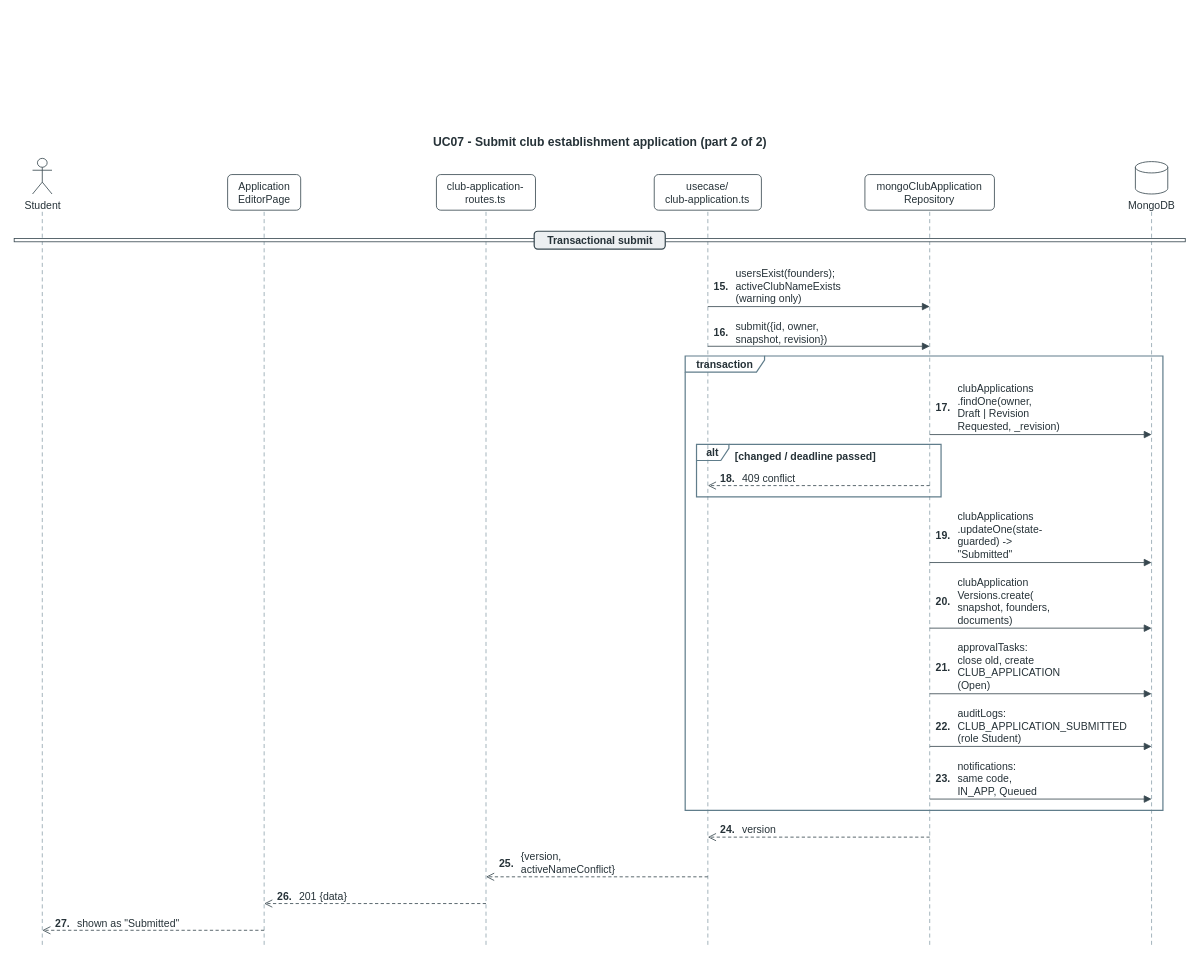
This is page "02 Submit club application (2/2)" (5 of 20) of docs/03-diagrams/UCMS_Sequence_Diagrams.drawio from nvdekay/ClubManagementSystem, a draw.io file, before an edit. Source tidied: cells renumbered, new cells numbered last; positions are measured from the earlier drawing's top-left corner, leaving out a move shared by most shapes. Both pictures are drawn from the tidied source at 81%, with x=0, y=0 at pixel (14, 130).
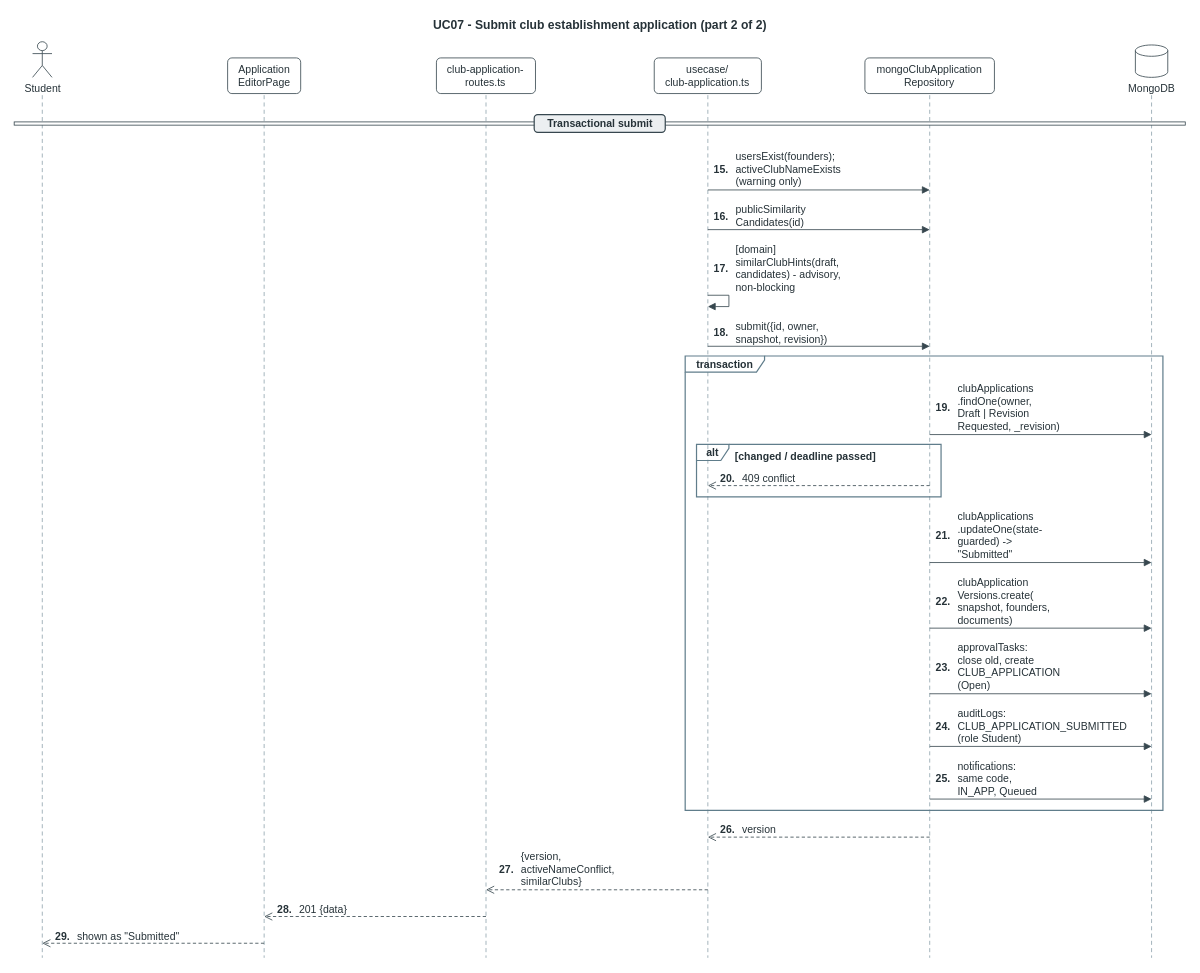
After the change.

Diff of the diagram source:
```diff
@@
     <mxCell id="2" value="UC07 - Submit club establishment application (part 2 of 2)" style="text;html=1;align=center;verticalAlign=top;spacing=0;whiteSpace=nowrap;fontFamily=Arial;fontSize=15;fontColor=#263238;fontStyle=1;" parent="1" vertex="1">
-      <mxGeometry width="1445.8" height="20" as="geometry" />
+      <mxGeometry y="-144" width="1445.8" height="20" as="geometry" />
     </mxCell>
     <mxCell id="3" style="html=1;endArrow=none;dashed=1;dashPattern=5 4;strokeColor=#90A4AE;strokeWidth=1;" parent="1" edge="1">
       <mxGeometry relative="1" as="geometry">
-        <mxPoint x="34.7" y="100" as="sourcePoint" />
-        <mxPoint x="34.7" y="1005" as="targetPoint" />
+        <mxPoint x="34.7" y="-44" as="sourcePoint" />
+        <mxPoint x="34.7" y="1021" as="targetPoint" />
       </mxGeometry>
     </mxCell>
     <mxCell id="4" style="html=1;endArrow=none;dashed=1;dashPattern=5 4;strokeColor=#90A4AE;strokeWidth=1;" parent="1" edge="1">
       <mxGeometry relative="1" as="geometry">
-        <mxPoint x="308.6" y="100" as="sourcePoint" />
-        <mxPoint x="308.6" y="1005" as="targetPoint" />
+        <mxPoint x="308.6" y="-44" as="sourcePoint" />
+        <mxPoint x="308.6" y="1021" as="targetPoint" />
       </mxGeometry>
     </mxCell>
     <mxCell id="5" style="html=1;endArrow=none;dashed=1;dashPattern=5 4;strokeColor=#90A4AE;strokeWidth=1;" parent="1" edge="1">
       <mxGeometry relative="1" as="geometry">
-        <mxPoint x="582.5" y="100" as="sourcePoint" />
-        <mxPoint x="582.5" y="1005" as="targetPoint" />
+        <mxPoint x="582.5" y="-44" as="sourcePoint" />
+        <mxPoint x="582.5" y="1021" as="targetPoint" />
       </mxGeometry>
     </mxCell>
     <mxCell id="6" style="html=1;endArrow=none;dashed=1;dashPattern=5 4;strokeColor=#90A4AE;strokeWidth=1;" parent="1" edge="1">
       <mxGeometry relative="1" as="geometry">
-        <mxPoint x="856.4" y="100" as="sourcePoint" />
-        <mxPoint x="856.4" y="1005" as="targetPoint" />
+        <mxPoint x="856.4" y="-44" as="sourcePoint" />
+        <mxPoint x="856.4" y="1021" as="targetPoint" />
       </mxGeometry>
     </mxCell>
     <mxCell id="7" style="html=1;endArrow=none;dashed=1;dashPattern=5 4;strokeColor=#90A4AE;strokeWidth=1;" parent="1" edge="1">
       <mxGeometry relative="1" as="geometry">
-        <mxPoint x="1130.3" y="100" as="sourcePoint" />
-        <mxPoint x="1130.3" y="1005" as="targetPoint" />
+        <mxPoint x="1130.3" y="-44" as="sourcePoint" />
+        <mxPoint x="1130.3" y="1021" as="targetPoint" />
       </mxGeometry>
     </mxCell>
     <mxCell id="8" style="html=1;endArrow=none;dashed=1;dashPattern=5 4;strokeColor=#90A4AE;strokeWidth=1;" parent="1" edge="1">
       <mxGeometry relative="1" as="geometry">
-        <mxPoint x="1404.2" y="100" as="sourcePoint" />
-        <mxPoint x="1404.2" y="1005" as="targetPoint" />
+        <mxPoint x="1404.2" y="-44" as="sourcePoint" />
+        <mxPoint x="1404.2" y="1021" as="targetPoint" />
       </mxGeometry>
     </mxCell>
     <mxCell id="9" style="rounded=0;html=1;fillColor=#FFFFFF;strokeColor=#37474F;strokeWidth=1;" parent="1" vertex="1">
-      <mxGeometry y="133" width="1445.8" height="4" as="geometry" />
+      <mxGeometry y="-11" width="1445.8" height="4" as="geometry" />
     </mxCell>
     <mxCell id="10" value="Transactional submit" style="rounded=1;arcSize=20;html=1;whiteSpace=nowrap;fillColor=#ECEFF1;strokeColor=#37474F;strokeWidth=1.5;fontFamily=Arial;fontSize=13;fontStyle=1;fontColor=#263238;" parent="1" vertex="1">
-      <mxGeometry x="642" y="124" width="161.8" height="22" as="geometry" />
+      <mxGeometry x="642" y="-20" width="161.8" height="22" as="geometry" />
     </mxCell>
@@
     <mxCell id="14" value="Student" style="shape=umlActor;verticalLabelPosition=bottom;verticalAlign=top;html=1;fillColor=#FFFFFF;strokeColor=#37474F;fontFamily=Arial;fontSize=13;fontColor=#263238;spacingTop=0;" parent="1" vertex="1">
-      <mxGeometry x="22.7" y="34" width="24" height="44" as="geometry" />
+      <mxGeometry x="22.7" y="-110" width="24" height="44" as="geometry" />
     </mxCell>
     <mxCell id="15" value="Application&lt;br&gt;EditorPage" style="rounded=1;arcSize=12;whiteSpace=wrap;html=1;fillColor=#FFFFFF;strokeColor=#37474F;fontFamily=Arial;fontSize=13;fontColor=#263238;" parent="1" vertex="1">
-      <mxGeometry x="263.5" y="54" width="90.2" height="44" as="geometry" />
+      <mxGeometry x="263.5" y="-90" width="90.2" height="44" as="geometry" />
     </mxCell>
     <mxCell id="16" value="club-application-&lt;br&gt;routes.ts" style="rounded=1;arcSize=12;whiteSpace=wrap;html=1;fillColor=#FFFFFF;strokeColor=#37474F;fontFamily=Arial;fontSize=13;fontColor=#263238;" parent="1" vertex="1">
-      <mxGeometry x="521.3" y="54" width="122.3" height="44" as="geometry" />
+      <mxGeometry x="521.3" y="-90" width="122.3" height="44" as="geometry" />
     </mxCell>
     <mxCell id="17" value="usecase/&lt;br&gt;club-application.ts" style="rounded=1;arcSize=12;whiteSpace=wrap;html=1;fillColor=#FFFFFF;strokeColor=#37474F;fontFamily=Arial;fontSize=13;fontColor=#263238;" parent="1" vertex="1">
-      <mxGeometry x="790.2" y="54" width="132.3" height="44" as="geometry" />
+      <mxGeometry x="790.2" y="-90" width="132.3" height="44" as="geometry" />
     </mxCell>
     <mxCell id="18" value="mongoClubApplication&lt;br&gt;Repository" style="rounded=1;arcSize=12;whiteSpace=wrap;html=1;fillColor=#FFFFFF;strokeColor=#37474F;fontFamily=Arial;fontSize=13;fontColor=#263238;" parent="1" vertex="1">
-      <mxGeometry x="1050.3" y="54" width="159.9" height="44" as="geometry" />
+      <mxGeometry x="1050.3" y="-90" width="159.9" height="44" as="geometry" />
     </mxCell>
     <mxCell id="19" value="MongoDB" style="shape=cylinder3;whiteSpace=nowrap;html=1;boundedLbl=1;backgroundOutline=1;size=7;verticalLabelPosition=bottom;verticalAlign=top;fillColor=#FFFFFF;strokeColor=#37474F;fontFamily=Arial;fontSize=13;fontColor=#263238;spacingTop=0;" parent="1" vertex="1">
-      <mxGeometry x="1384.2" y="38" width="40" height="40" as="geometry" />
+      <mxGeometry x="1384.2" y="-106" width="40" height="40" as="geometry" />
     </mxCell>
     <mxCell id="20" value="15." style="text;html=1;align=left;verticalAlign=top;spacing=0;whiteSpace=nowrap;fontFamily=Arial;fontSize=13;fontColor=#263238;fontStyle=1;" parent="1" vertex="1">
-      <mxGeometry x="864.4" y="180" width="23.1" height="16" as="geometry" />
+      <mxGeometry x="864.4" y="36" width="23.1" height="16" as="geometry" />
     </mxCell>
     <mxCell id="21" value="usersExist(founders);&lt;br&gt;activeClubNameExists&lt;br&gt;(warning only)" style="text;html=1;align=left;verticalAlign=top;spacing=0;whiteSpace=nowrap;fontFamily=Arial;fontSize=13;fontColor=#263238;fillColor=#FFFFFF;" parent="1" vertex="1">
-      <mxGeometry x="891.4" y="164" width="139.8" height="48" as="geometry" />
+      <mxGeometry x="891.4" y="20" width="139.8" height="48" as="geometry" />
     </mxCell>
     <mxCell id="22" style="html=1;rounded=0;endArrow=block;endFill=1;endSize=7;strokeColor=#37474F;strokeWidth=1;" parent="1" edge="1">
       <mxGeometry relative="1" as="geometry">
-        <mxPoint x="856.4" y="217" as="sourcePoint" />
-        <mxPoint x="1130.3" y="217" as="targetPoint" />
+        <mxPoint x="856.4" y="73" as="sourcePoint" />
+        <mxPoint x="1130.3" y="73" as="targetPoint" />
       </mxGeometry>
     </mxCell>
+    <mxCell id="59" value="16." style="text;html=1;align=left;verticalAlign=top;spacing=0;whiteSpace=nowrap;fontFamily=Arial;fontSize=13;fontColor=#263238;fontStyle=1;" parent="1" vertex="1">
+      <mxGeometry x="864.4" y="93" width="23.2" height="16" as="geometry" />
+    </mxCell>
+    <mxCell id="60" value="publicSimilarity&lt;br&gt;Candidates(id)" style="text;html=1;align=left;verticalAlign=top;spacing=0;whiteSpace=nowrap;fontFamily=Arial;fontSize=13;fontColor=#263238;fillColor=#FFFFFF;" parent="1" vertex="1">
+      <mxGeometry x="891.4" y="85" width="120.8" height="32" as="geometry" />
+    </mxCell>
+    <mxCell id="61" style="html=1;rounded=0;endArrow=block;endFill=1;endSize=7;strokeColor=#37474F;strokeWidth=1;" parent="1" edge="1">
+      <mxGeometry relative="1" as="geometry">
+        <mxPoint x="856.4" y="122" as="sourcePoint" />
+        <mxPoint x="1130.3" y="122" as="targetPoint" />
+      </mxGeometry>
+    </mxCell>
+    <mxCell id="62" value="17." style="text;html=1;align=left;verticalAlign=top;spacing=0;whiteSpace=nowrap;fontFamily=Arial;fontSize=13;fontColor=#263238;fontStyle=1;" parent="1" vertex="1">
+      <mxGeometry x="864.4" y="158" width="23.1" height="16" as="geometry" />
+    </mxCell>
+    <mxCell id="63" value="[domain]&lt;br&gt;similarClubHints(draft,&lt;br&gt;candidates) - advisory,&lt;br&gt;non-blocking" style="text;html=1;align=left;verticalAlign=top;spacing=0;whiteSpace=nowrap;fontFamily=Arial;fontSize=13;fontColor=#263238;fillColor=#FFFFFF;" parent="1" vertex="1">
+      <mxGeometry x="891.4" y="134" width="171.9" height="64" as="geometry" />
+    </mxCell>
+    <mxCell id="64" style="html=1;rounded=0;endArrow=block;endFill=1;endSize=7;strokeColor=#37474F;strokeWidth=1;" parent="1" edge="1">
+      <mxGeometry relative="1" as="geometry">
+        <mxPoint x="856.4" y="203" as="sourcePoint" />
+        <mxPoint x="856.4" y="217" as="targetPoint" />
+        <Array as="points">
+          <mxPoint x="882.4" y="203" />
+          <mxPoint x="882.4" y="217" />
+        </Array>
+      </mxGeometry>
+    </mxCell>
-    <mxCell id="23" value="16." style="text;html=1;align=left;verticalAlign=top;spacing=0;whiteSpace=nowrap;fontFamily=Arial;fontSize=13;fontColor=#263238;fontStyle=1;" parent="1" vertex="1">
+    <mxCell id="23" value="18." style="text;html=1;align=left;verticalAlign=top;spacing=0;whiteSpace=nowrap;fontFamily=Arial;fontSize=13;fontColor=#263238;fontStyle=1;" parent="1" vertex="1">
       <mxGeometry x="864.4" y="237" width="23.1" height="16" as="geometry" />
     </mxCell>
@@
-    <mxCell id="26" value="17." style="text;html=1;align=left;verticalAlign=top;spacing=0;whiteSpace=nowrap;fontFamily=Arial;fontSize=13;fontColor=#263238;fontStyle=1;" parent="1" vertex="1">
+    <mxCell id="26" value="19." style="text;html=1;align=left;verticalAlign=top;spacing=0;whiteSpace=nowrap;fontFamily=Arial;fontSize=13;fontColor=#263238;fontStyle=1;" parent="1" vertex="1">
       <mxGeometry x="1138.3" y="330" width="23.1" height="16" as="geometry" />
     </mxCell>
@@
-    <mxCell id="29" value="18." style="text;html=1;align=left;verticalAlign=top;spacing=0;whiteSpace=nowrap;fontFamily=Arial;fontSize=13;fontColor=#263238;fontStyle=1;" parent="1" vertex="1">
+    <mxCell id="29" value="20." style="text;html=1;align=left;verticalAlign=top;spacing=0;whiteSpace=nowrap;fontFamily=Arial;fontSize=13;fontColor=#263238;fontStyle=1;" parent="1" vertex="1">
       <mxGeometry x="872.4" y="417" width="23.1" height="16" as="geometry" />
     </mxCell>
@@
-    <mxCell id="32" value="19." style="text;html=1;align=left;verticalAlign=top;spacing=0;whiteSpace=nowrap;fontFamily=Arial;fontSize=13;fontColor=#263238;fontStyle=1;" parent="1" vertex="1">
+    <mxCell id="32" value="21." style="text;html=1;align=left;verticalAlign=top;spacing=0;whiteSpace=nowrap;fontFamily=Arial;fontSize=13;fontColor=#263238;fontStyle=1;" parent="1" vertex="1">
       <mxGeometry x="1138.3" y="488" width="23.1" height="16" as="geometry" />
     </mxCell>
@@
-    <mxCell id="35" value="20." style="text;html=1;align=left;verticalAlign=top;spacing=0;whiteSpace=nowrap;fontFamily=Arial;fontSize=13;fontColor=#263238;fontStyle=1;" parent="1" vertex="1">
+    <mxCell id="35" value="22." style="text;html=1;align=left;verticalAlign=top;spacing=0;whiteSpace=nowrap;fontFamily=Arial;fontSize=13;fontColor=#263238;fontStyle=1;" parent="1" vertex="1">
       <mxGeometry x="1138.3" y="569" width="23.1" height="16" as="geometry" />
     </mxCell>
@@
-    <mxCell id="38" value="21." style="text;html=1;align=left;verticalAlign=top;spacing=0;whiteSpace=nowrap;fontFamily=Arial;fontSize=13;fontColor=#263238;fontStyle=1;" parent="1" vertex="1">
+    <mxCell id="38" value="23." style="text;html=1;align=left;verticalAlign=top;spacing=0;whiteSpace=nowrap;fontFamily=Arial;fontSize=13;fontColor=#263238;fontStyle=1;" parent="1" vertex="1">
       <mxGeometry x="1138.3" y="650" width="23.1" height="16" as="geometry" />
     </mxCell>
@@
-    <mxCell id="41" value="22." style="text;html=1;align=left;verticalAlign=top;spacing=0;whiteSpace=nowrap;fontFamily=Arial;fontSize=13;fontColor=#263238;fontStyle=1;" parent="1" vertex="1">
+    <mxCell id="41" value="24." style="text;html=1;align=left;verticalAlign=top;spacing=0;whiteSpace=nowrap;fontFamily=Arial;fontSize=13;fontColor=#263238;fontStyle=1;" parent="1" vertex="1">
       <mxGeometry x="1138.3" y="723" width="23.1" height="16" as="geometry" />
     </mxCell>
@@
-    <mxCell id="44" value="23." style="text;html=1;align=left;verticalAlign=top;spacing=0;whiteSpace=nowrap;fontFamily=Arial;fontSize=13;fontColor=#263238;fontStyle=1;" parent="1" vertex="1">
+    <mxCell id="44" value="25." style="text;html=1;align=left;verticalAlign=top;spacing=0;whiteSpace=nowrap;fontFamily=Arial;fontSize=13;fontColor=#263238;fontStyle=1;" parent="1" vertex="1">
       <mxGeometry x="1138.3" y="788" width="23.1" height="16" as="geometry" />
     </mxCell>
@@
-    <mxCell id="47" value="24." style="text;html=1;align=left;verticalAlign=top;spacing=0;whiteSpace=nowrap;fontFamily=Arial;fontSize=13;fontColor=#263238;fontStyle=1;" parent="1" vertex="1">
+    <mxCell id="47" value="26." style="text;html=1;align=left;verticalAlign=top;spacing=0;whiteSpace=nowrap;fontFamily=Arial;fontSize=13;fontColor=#263238;fontStyle=1;" parent="1" vertex="1">
       <mxGeometry x="872.4" y="851" width="23.1" height="16" as="geometry" />
     </mxCell>
@@
-    <mxCell id="50" value="25." style="text;html=1;align=left;verticalAlign=top;spacing=0;whiteSpace=nowrap;fontFamily=Arial;fontSize=13;fontColor=#263238;fontStyle=1;" parent="1" vertex="1">
-      <mxGeometry x="598.5" y="892" width="23.1" height="16" as="geometry" />
+    <mxCell id="50" value="27." style="text;html=1;align=left;verticalAlign=top;spacing=0;whiteSpace=nowrap;fontFamily=Arial;fontSize=13;fontColor=#263238;fontStyle=1;" parent="1" vertex="1">
+      <mxGeometry x="598.5" y="900" width="23.1" height="16" as="geometry" />
     </mxCell>
-    <mxCell id="51" value="{version,&lt;br&gt;activeNameConflict}" style="text;html=1;align=left;verticalAlign=top;spacing=0;whiteSpace=nowrap;fontFamily=Arial;fontSize=13;fontColor=#263238;fillColor=#FFFFFF;" parent="1" vertex="1">
-      <mxGeometry x="625.6" y="884" width="125.3" height="32" as="geometry" />
+    <mxCell id="51" value="{version,&lt;br&gt;activeNameConflict,&lt;br&gt;similarClubs}" style="text;html=1;align=left;verticalAlign=top;spacing=0;whiteSpace=nowrap;fontFamily=Arial;fontSize=13;fontColor=#263238;fillColor=#FFFFFF;" parent="1" vertex="1">
+      <mxGeometry x="625.6" y="884" width="125.3" height="48" as="geometry" />
     </mxCell>
     <mxCell id="52" style="html=1;rounded=0;dashed=1;dashPattern=4 3;endArrow=open;endFill=0;endSize=8;strokeColor=#37474F;strokeWidth=1;" parent="1" edge="1">
       <mxGeometry relative="1" as="geometry">
-        <mxPoint x="856.4" y="921" as="sourcePoint" />
-        <mxPoint x="582.5" y="921" as="targetPoint" />
+        <mxPoint x="856.4" y="937" as="sourcePoint" />
+        <mxPoint x="582.5" y="937" as="targetPoint" />
       </mxGeometry>
     </mxCell>
-    <mxCell id="53" value="26." style="text;html=1;align=left;verticalAlign=top;spacing=0;whiteSpace=nowrap;fontFamily=Arial;fontSize=13;fontColor=#263238;fontStyle=1;" parent="1" vertex="1">
-      <mxGeometry x="324.6" y="933" width="23.1" height="16" as="geometry" />
+    <mxCell id="53" value="28." style="text;html=1;align=left;verticalAlign=top;spacing=0;whiteSpace=nowrap;fontFamily=Arial;fontSize=13;fontColor=#263238;fontStyle=1;" parent="1" vertex="1">
+      <mxGeometry x="324.6" y="949" width="23.1" height="16" as="geometry" />
     </mxCell>
     <mxCell id="54" value="201 {data}" style="text;html=1;align=left;verticalAlign=top;spacing=0;whiteSpace=nowrap;fontFamily=Arial;fontSize=13;fontColor=#263238;fillColor=#FFFFFF;" parent="1" vertex="1">
-      <mxGeometry x="351.7" y="933" width="64.8" height="16" as="geometry" />
+      <mxGeometry x="351.7" y="949" width="64.8" height="16" as="geometry" />
     </mxCell>
     <mxCell id="55" style="html=1;rounded=0;dashed=1;dashPattern=4 3;endArrow=open;endFill=0;endSize=8;strokeColor=#37474F;strokeWidth=1;" parent="1" edge="1">
       <mxGeometry relative="1" as="geometry">
-        <mxPoint x="582.5" y="954" as="sourcePoint" />
-        <mxPoint x="308.6" y="954" as="targetPoint" />
+        <mxPoint x="582.5" y="970" as="sourcePoint" />
+        <mxPoint x="308.6" y="970" as="targetPoint" />
       </mxGeometry>
     </mxCell>
-    <mxCell id="56" value="27." style="text;html=1;align=left;verticalAlign=top;spacing=0;whiteSpace=nowrap;fontFamily=Arial;fontSize=13;fontColor=#263238;fontStyle=1;" parent="1" vertex="1">
-      <mxGeometry x="50.7" y="966" width="23.1" height="16" as="geometry" />
+    <mxCell id="56" value="29." style="text;html=1;align=left;verticalAlign=top;spacing=0;whiteSpace=nowrap;fontFamily=Arial;fontSize=13;fontColor=#263238;fontStyle=1;" parent="1" vertex="1">
+      <mxGeometry x="50.7" y="982" width="23.1" height="16" as="geometry" />
     </mxCell>
     <mxCell id="57" value="shown as &quot;Submitted&quot;" style="text;html=1;align=left;verticalAlign=top;spacing=0;whiteSpace=nowrap;fontFamily=Arial;fontSize=13;fontColor=#263238;fillColor=#FFFFFF;" parent="1" vertex="1">
-      <mxGeometry x="77.8" y="966" width="135.9" height="16" as="geometry" />
+      <mxGeometry x="77.8" y="982" width="135.9" height="16" as="geometry" />
     </mxCell>
     <mxCell id="58" style="html=1;rounded=0;dashed=1;dashPattern=4 3;endArrow=open;endFill=0;endSize=8;strokeColor=#37474F;strokeWidth=1;" parent="1" edge="1">
       <mxGeometry relative="1" as="geometry">
-        <mxPoint x="308.6" y="987" as="sourcePoint" />
-        <mxPoint x="34.7" y="987" as="targetPoint" />
+        <mxPoint x="308.6" y="1003" as="sourcePoint" />
+        <mxPoint x="34.7" y="1003" as="targetPoint" />
       </mxGeometry>
     </mxCell>
```
